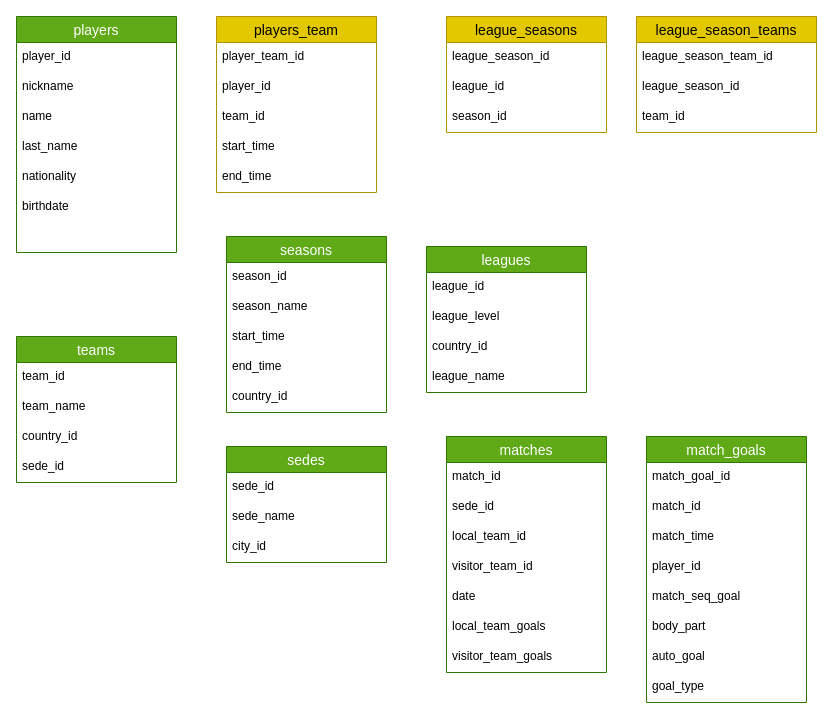
Above: page "preliminar" (1 of 2) of soccer_model.drawio in r3card0/soccer.stats (draw.io), before the change. Source tidied: cells renumbered, new cells numbered last; positions are measured from the earlier drawing's top-left corner, leaving out a move shared by most shapes. Both pictures are drawn from the tidied source at 100%, with x=0, y=0 at pixel (16, 16).
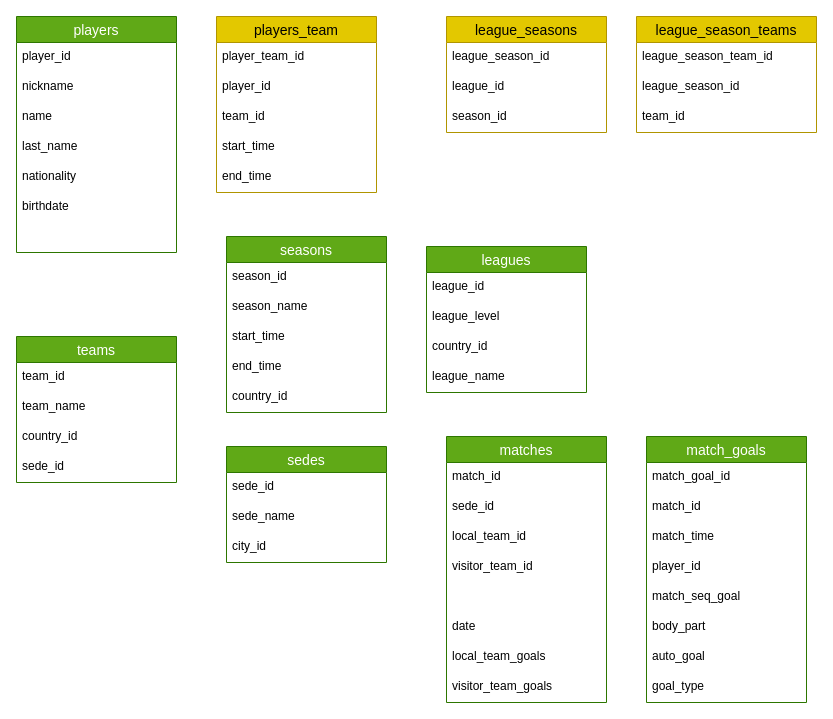
The same page after the edit.

Commit message:
Added league_id column on matches model

Diff of the diagram source:
```diff
@@
     <mxCell id="40" value="matches" style="swimlane;fontStyle=0;horizontal=1;startSize=26;align=center;fontSize=14;fillColor=#60a917;fontColor=#ffffff;strokeColor=#2D7600;" parent="1" vertex="1">
-      <mxGeometry x="430" y="420" width="160" height="236" as="geometry" />
+      <mxGeometry x="430" y="420" width="160" height="266" as="geometry" />
     </mxCell>
@@
+    <mxCell id="61" style="text;strokeColor=none;fillColor=none;spacingLeft=4;spacingRight=4;overflow=hidden;fontSize=12;" parent="40" vertex="1">
+      <mxGeometry y="146" width="160" height="30" as="geometry" />
+    </mxCell>
     <mxCell id="45" value="date" style="text;strokeColor=none;fillColor=none;spacingLeft=4;spacingRight=4;overflow=hidden;fontSize=12;" parent="40" vertex="1">
-      <mxGeometry y="146" width="160" height="30" as="geometry" />
+      <mxGeometry y="176" width="160" height="30" as="geometry" />
     </mxCell>
     <mxCell id="46" value="local_team_goals" style="text;strokeColor=none;fillColor=none;spacingLeft=4;spacingRight=4;overflow=hidden;fontSize=12;" parent="40" vertex="1">
-      <mxGeometry y="176" width="160" height="30" as="geometry" />
+      <mxGeometry y="206" width="160" height="30" as="geometry" />
     </mxCell>
     <mxCell id="47" value="visitor_team_goals" style="text;strokeColor=none;fillColor=none;spacingLeft=4;spacingRight=4;overflow=hidden;fontSize=12;" parent="40" vertex="1">
-      <mxGeometry y="206" width="160" height="30" as="geometry" />
+      <mxGeometry y="236" width="160" height="30" as="geometry" />
     </mxCell>
```
